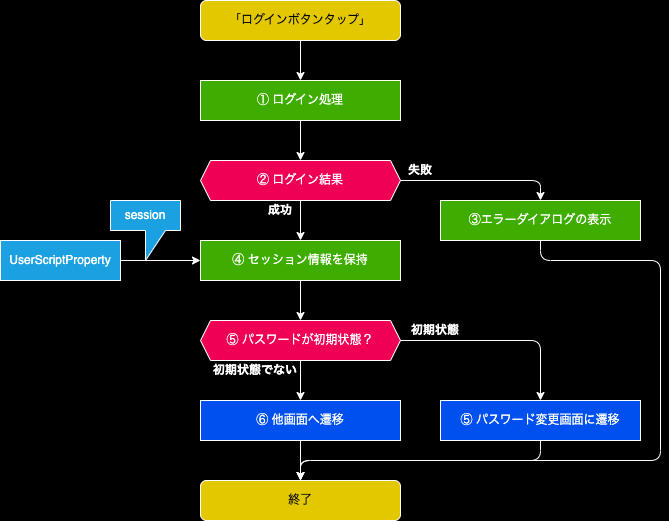
Earlier version of the draw.io export 02_裏方作業システム/01_画面設計書/07_ログイン画面/flow_on_login_button.drawio.png (ShigaFreedom/document_freedom_system). Source tidied: cells renumbered, new cells last; positions are measured from the earlier drawing's top-left corner, leaving out a move shared by most shapes. Source of this version:
```xml
<mxGraphModel background="#000000">
  <root>
    <mxCell id="0" />
    <mxCell id="1" parent="0" />
    <mxCell id="2" value="「ログインボタンタップ」" style="rounded=1;whiteSpace=wrap;html=1;strokeColor=#FFFFFF;fillColor=#e3c800;fontColor=#000000;" parent="1" vertex="1">
      <mxGeometry x="200" width="200" height="40" as="geometry" />
    </mxCell>
    <mxCell id="3" style="endArrow=classic;html=1;strokeColor=#FFFFFF;exitX=0.5;exitY=1;exitDx=0;exitDy=0;" parent="1" edge="1" source="2" target="6">
      <mxGeometry relative="1" as="geometry" />
    </mxCell>
    <mxCell id="4" value="② ログイン結果" style="shape=hexagon;perimeter=hexagonPerimeter2;whiteSpace=wrap;html=1;fixedSize=1;fillColor=#ef0055;size=10;fontColor=#FFFFFF;strokeColor=#FFFFFF;" parent="1" vertex="1">
      <mxGeometry x="200" y="160" width="200" height="40" as="geometry" />
    </mxCell>
    <mxCell id="5" value="成功" style="text;html=1;strokeColor=none;fillColor=none;align=center;verticalAlign=middle;whiteSpace=wrap;rounded=0;fontColor=#FFFFFF;fontStyle=1;" parent="1" vertex="1">
      <mxGeometry x="260" y="200" width="40" height="20" as="geometry" />
    </mxCell>
    <mxCell id="6" value="① ログイン処理" style="rounded=0;whiteSpace=wrap;html=1;strokeColor=#FFFFFF;fillColor=#3EAD00;fontColor=#FFFFFF;" parent="1" vertex="1">
      <mxGeometry x="200" y="80" width="200" height="40" as="geometry" />
    </mxCell>
    <mxCell id="7" style="endArrow=classic;html=1;strokeColor=#FFFFFF;exitX=0.5;exitY=1;exitDx=0;exitDy=0;entryX=0.5;entryY=0;entryDx=0;entryDy=0;" parent="1" edge="1" source="6" target="4">
      <mxGeometry relative="1" as="geometry" />
    </mxCell>
    <mxCell id="8" style="endArrow=classic;html=1;strokeColor=#FFFFFF;exitX=1;exitY=0.5;exitDx=0;exitDy=0;entryX=0.5;entryY=0;entryDx=0;entryDy=0;" parent="1" edge="1" source="4" target="13">
      <mxGeometry relative="1" as="geometry">
        <Array as="points">
          <mxPoint x="540" y="180" />
        </Array>
      </mxGeometry>
    </mxCell>
    <mxCell id="9" value="終了" style="rounded=1;whiteSpace=wrap;html=1;strokeColor=#FFFFFF;fillColor=#e3c800;fontColor=#000000;" parent="1" vertex="1">
      <mxGeometry x="200" y="480" width="200" height="40" as="geometry" />
    </mxCell>
    <mxCell id="10" value="⑥ 他画面へ遷移" style="rounded=0;whiteSpace=wrap;html=1;strokeColor=#FFFFFF;fillColor=#0050ef;fontColor=#ffffff;" parent="1" vertex="1">
      <mxGeometry x="200" y="400" width="200" height="40" as="geometry" />
    </mxCell>
    <mxCell id="11" style="endArrow=classic;html=1;strokeColor=#FFFFFF;entryX=0.5;entryY=0;entryDx=0;entryDy=0;exitX=0.5;exitY=1;exitDx=0;exitDy=0;" parent="1" edge="1" source="13" target="9">
      <mxGeometry relative="1" as="geometry">
        <Array as="points">
          <mxPoint x="540" y="260" />
          <mxPoint x="660" y="260" />
          <mxPoint x="660" y="460" />
          <mxPoint x="300" y="460" />
        </Array>
      </mxGeometry>
    </mxCell>
    <mxCell id="12" style="endArrow=classic;html=1;strokeColor=#FFFFFF;exitX=0.5;exitY=1;exitDx=0;exitDy=0;entryX=0.5;entryY=0;entryDx=0;entryDy=0;" parent="1" edge="1" source="10" target="9">
      <mxGeometry relative="1" as="geometry" />
    </mxCell>
    <mxCell id="13" value="③エラーダイアログの表示" style="rounded=0;whiteSpace=wrap;html=1;strokeColor=#FFFFFF;fillColor=#3EAD00;fontColor=#FFFFFF;" parent="1" vertex="1">
      <mxGeometry x="440" y="200" width="200" height="40" as="geometry" />
    </mxCell>
    <mxCell id="14" value="失敗" style="text;html=1;strokeColor=none;fillColor=none;align=center;verticalAlign=middle;whiteSpace=wrap;rounded=0;fontColor=#FFFFFF;fontStyle=1;" parent="1" vertex="1">
      <mxGeometry x="400" y="160" width="40" height="20" as="geometry" />
    </mxCell>
    <mxCell id="15" value="⑤ パスワードが初期状態？" style="shape=hexagon;perimeter=hexagonPerimeter2;whiteSpace=wrap;html=1;fixedSize=1;fillColor=#ef0055;size=10;fontColor=#FFFFFF;strokeColor=#FFFFFF;" parent="1" vertex="1">
      <mxGeometry x="200" y="320" width="200" height="40" as="geometry" />
    </mxCell>
    <mxCell id="16" value="初期状態でない" style="text;html=1;strokeColor=none;fillColor=none;align=center;verticalAlign=middle;whiteSpace=wrap;rounded=0;fontColor=#FFFFFF;fontStyle=1;" parent="1" vertex="1">
      <mxGeometry x="210" y="360" width="90" height="20" as="geometry" />
    </mxCell>
    <mxCell id="17" value="⑤ パスワード変更画面に遷移" style="rounded=0;whiteSpace=wrap;html=1;strokeColor=#FFFFFF;fillColor=#0050ef;fontColor=#ffffff;" parent="1" vertex="1">
      <mxGeometry x="440" y="400" width="200" height="40" as="geometry" />
    </mxCell>
    <mxCell id="18" style="endArrow=classic;html=1;strokeColor=#FFFFFF;exitX=1;exitY=0.5;exitDx=0;exitDy=0;entryX=0.5;entryY=0;entryDx=0;entryDy=0;" parent="1" edge="1" source="15" target="17">
      <mxGeometry relative="1" as="geometry">
        <Array as="points">
          <mxPoint x="540" y="340" />
        </Array>
      </mxGeometry>
    </mxCell>
    <mxCell id="19" value="初期状態" style="text;html=1;strokeColor=none;fillColor=none;align=center;verticalAlign=middle;whiteSpace=wrap;rounded=0;fontColor=#FFFFFF;fontStyle=1;" parent="1" vertex="1">
      <mxGeometry x="400" y="320" width="70" height="20" as="geometry" />
    </mxCell>
    <mxCell id="20" style="endArrow=classic;html=1;strokeColor=#FFFFFF;exitX=0.5;exitY=1;exitDx=0;exitDy=0;entryX=0.5;entryY=0;entryDx=0;entryDy=0;" parent="1" edge="1" source="15" target="10">
      <mxGeometry relative="1" as="geometry" />
    </mxCell>
    <mxCell id="21" value="UserScriptProperty" style="rounded=0;whiteSpace=wrap;html=1;strokeColor=#FFFFFF;fillColor=#1ba1e2;fontColor=#ffffff;" parent="1" vertex="1">
      <mxGeometry y="240" width="120" height="40" as="geometry" />
    </mxCell>
    <mxCell id="22" style="endArrow=classic;html=1;strokeColor=#FFFFFF;exitX=1;exitY=0.5;exitDx=0;exitDy=0;entryX=0;entryY=0.5;entryDx=0;entryDy=0;" parent="1" edge="1" source="21" target="24">
      <mxGeometry relative="1" as="geometry" />
    </mxCell>
    <mxCell id="23" value="session" style="shape=callout;whiteSpace=wrap;html=1;perimeter=calloutPerimeter;strokeColor=#FFFFFF;fillColor=#1ba1e2;fontColor=#ffffff;" parent="1" vertex="1">
      <mxGeometry x="110" y="200" width="70" height="60" as="geometry" />
    </mxCell>
    <mxCell id="24" value="④ セッション情報を保持" style="rounded=0;whiteSpace=wrap;html=1;strokeColor=#FFFFFF;fillColor=#3EAD00;fontColor=#FFFFFF;" parent="1" vertex="1">
      <mxGeometry x="200" y="240" width="200" height="40" as="geometry" />
    </mxCell>
    <mxCell id="25" style="endArrow=classic;html=1;strokeColor=#FFFFFF;exitX=1;exitY=0;exitDx=0;exitDy=0;entryX=0.5;entryY=0;entryDx=0;entryDy=0;" parent="1" edge="1" source="5" target="24">
      <mxGeometry relative="1" as="geometry" />
    </mxCell>
    <mxCell id="26" style="endArrow=classic;html=1;strokeColor=#FFFFFF;exitX=0.5;exitY=1;exitDx=0;exitDy=0;entryX=0.5;entryY=0;entryDx=0;entryDy=0;" parent="1" edge="1" source="24" target="15">
      <mxGeometry relative="1" as="geometry" />
    </mxCell>
    <mxCell id="27" style="endArrow=classic;html=1;strokeColor=#FFFFFF;exitX=0.5;exitY=1;exitDx=0;exitDy=0;entryX=0.5;entryY=0;entryDx=0;entryDy=0;" parent="1" edge="1" source="17" target="9">
      <mxGeometry relative="1" as="geometry">
        <Array as="points">
          <mxPoint x="540" y="460" />
          <mxPoint x="300" y="460" />
        </Array>
      </mxGeometry>
    </mxCell>
  </root>
</mxGraphModel>
```
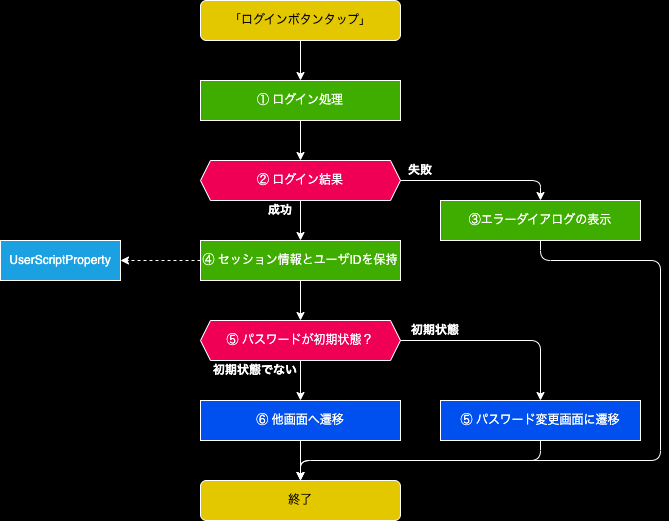
After the change.

Change to the diagram source:
```diff
@@ -77,13 +77,7 @@
     <mxCell id="21" value="UserScriptProperty" style="rounded=0;whiteSpace=wrap;html=1;strokeColor=#FFFFFF;fillColor=#1ba1e2;fontColor=#ffffff;" parent="1" vertex="1">
       <mxGeometry y="240" width="120" height="40" as="geometry" />
     </mxCell>
-    <mxCell id="22" style="endArrow=classic;html=1;strokeColor=#FFFFFF;exitX=1;exitY=0.5;exitDx=0;exitDy=0;entryX=0;entryY=0.5;entryDx=0;entryDy=0;" parent="1" edge="1" source="21" target="24">
-      <mxGeometry relative="1" as="geometry" />
-    </mxCell>
-    <mxCell id="23" value="session" style="shape=callout;whiteSpace=wrap;html=1;perimeter=calloutPerimeter;strokeColor=#FFFFFF;fillColor=#1ba1e2;fontColor=#ffffff;" parent="1" vertex="1">
-      <mxGeometry x="110" y="200" width="70" height="60" as="geometry" />
-    </mxCell>
-    <mxCell id="24" value="④ セッション情報を保持" style="rounded=0;whiteSpace=wrap;html=1;strokeColor=#FFFFFF;fillColor=#3EAD00;fontColor=#FFFFFF;" parent="1" vertex="1">
+    <mxCell id="24" value="④ セッション情報とユーザIDを保持" style="rounded=0;whiteSpace=wrap;html=1;strokeColor=#FFFFFF;fillColor=#3EAD00;fontColor=#FFFFFF;" parent="1" vertex="1">
       <mxGeometry x="200" y="240" width="200" height="40" as="geometry" />
     </mxCell>
     <mxCell id="25" style="endArrow=classic;html=1;strokeColor=#FFFFFF;exitX=1;exitY=0;exitDx=0;exitDy=0;entryX=0.5;entryY=0;entryDx=0;entryDy=0;" parent="1" edge="1" source="5" target="24">
@@ -100,5 +94,8 @@
         </Array>
       </mxGeometry>
     </mxCell>
+    <mxCell id="28" style="endArrow=classic;html=1;strokeColor=#FFFFFF;entryX=1;entryY=0.5;entryDx=0;entryDy=0;exitX=0;exitY=0.5;exitDx=0;exitDy=0;dashed=1;" parent="1" edge="1" source="24" target="21">
+      <mxGeometry relative="1" as="geometry" />
+    </mxCell>
   </root>
 </mxGraphModel>
```
